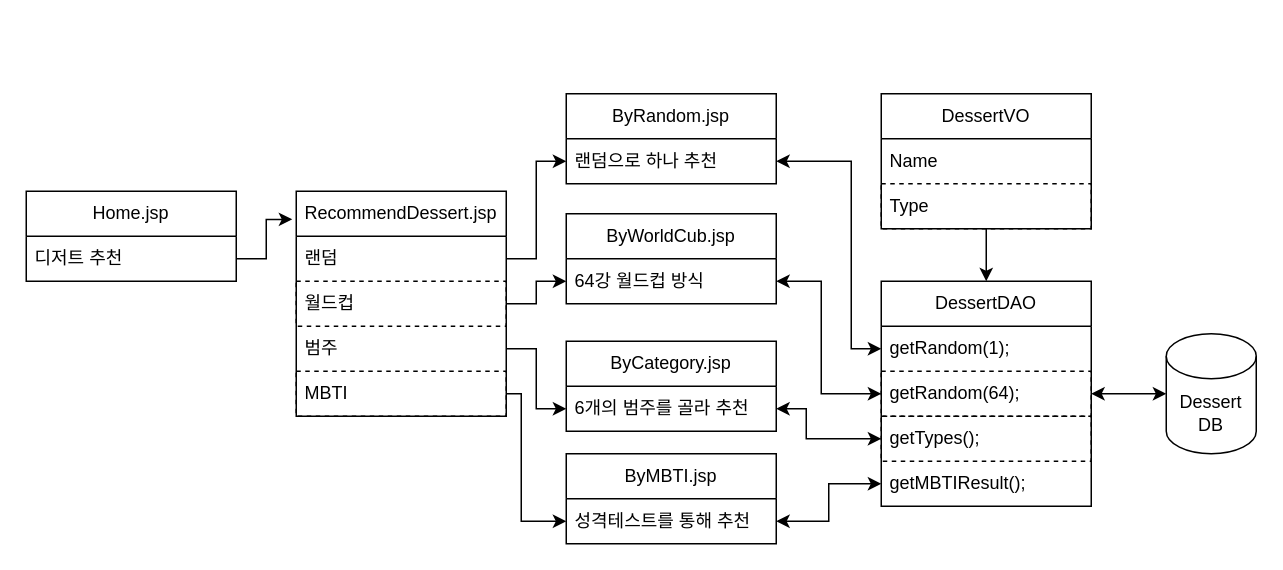
kr1124/DessertHub keeps this draw.io diagram as diagram/RecommendDessert.drawio. Above is the earlier version. Source tidied: cells renumbered, new cells numbered last; positions are measured from the earlier drawing's top-left corner, leaving out a move shared by most shapes. Both pictures are drawn from the tidied source at 150%, with x=0, y=0 at pixel (26, 93).
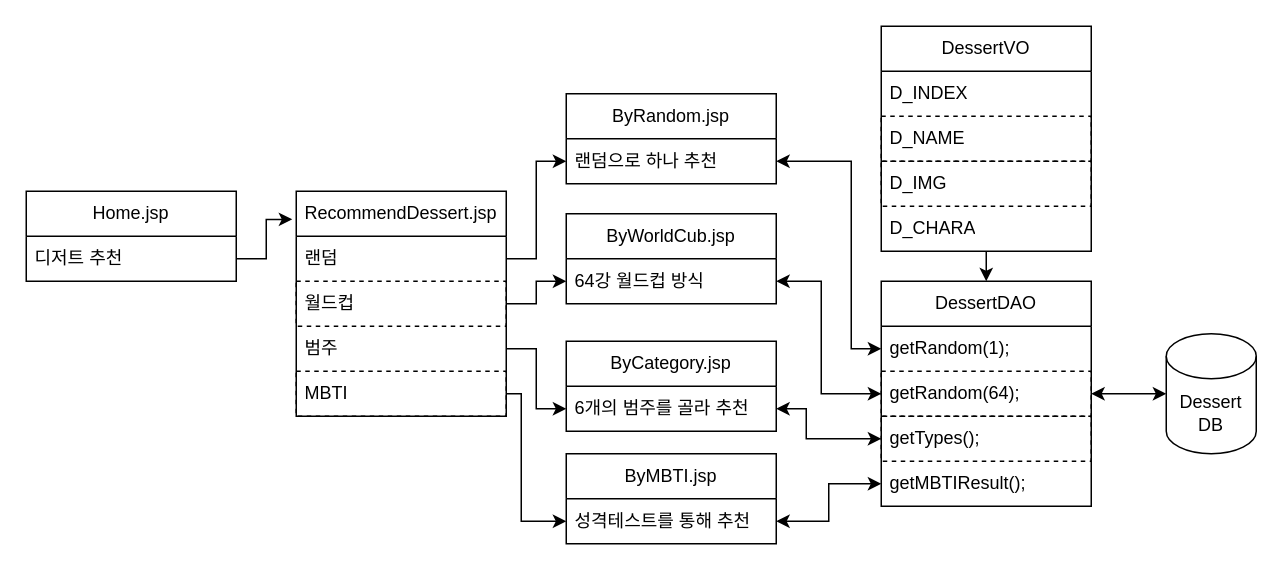
The same diagram, later.

Unchanged cells that the change refers to:
```xml
<mxCell id="17" value="DessertDAO" style="swimlane;fontStyle=0;horizontal=1;startSize=30;whiteSpace=wrap;html=1;" parent="1" vertex="1">
  <mxGeometry x="570" y="125" width="140" height="150" as="geometry" />
</mxCell>
```

The edit, as a diff of the source:
```diff
@@
-    <mxCell id="12" style="edgeStyle=orthogonalEdgeStyle;rounded=0;jettySize=auto;html=1;entryX=0.5;entryY=0;entryDx=0;entryDy=0;" parent="1" edge="1" source="13" target="17">
+    <mxCell id="12" style="edgeStyle=none;html=1;" parent="1" edge="1" source="13" target="17">
       <mxGeometry relative="1" as="geometry" />
     </mxCell>
     <mxCell id="13" value="DessertVO" style="swimlane;fontStyle=0;horizontal=1;startSize=30;whiteSpace=wrap;html=1;" parent="1" vertex="1">
-      <mxGeometry x="570" width="140" height="90" as="geometry" />
+      <mxGeometry x="570" y="-45" width="140" height="150" as="geometry" />
     </mxCell>
-    <mxCell id="14" value="Name" style="text;strokeColor=none;fillColor=none;align=left;verticalAlign=middle;spacingLeft=4;spacingRight=4;overflow=hidden;whiteSpace=wrap;html=1;" parent="13" vertex="1">
+    <mxCell id="14" value="D_INDEX" style="text;strokeColor=none;fillColor=none;align=left;verticalAlign=middle;spacingLeft=4;spacingRight=4;overflow=hidden;whiteSpace=wrap;html=1;" parent="13" vertex="1">
       <mxGeometry y="30" width="140" height="30" as="geometry" />
     </mxCell>
-    <mxCell id="15" value="Type" style="text;strokeColor=default;fillColor=none;align=left;verticalAlign=middle;spacingLeft=4;spacingRight=4;overflow=hidden;whiteSpace=wrap;html=1;dashed=1;" parent="13" vertex="1">
+    <mxCell id="15" value="D_NAME" style="text;strokeColor=default;fillColor=none;align=left;verticalAlign=middle;spacingLeft=4;spacingRight=4;overflow=hidden;whiteSpace=wrap;html=1;dashed=1;" parent="13" vertex="1">
       <mxGeometry y="60" width="140" height="30" as="geometry" />
     </mxCell>
+    <mxCell id="37" value="D_IMG" style="text;strokeColor=default;fillColor=none;align=left;verticalAlign=middle;spacingLeft=4;spacingRight=4;overflow=hidden;whiteSpace=wrap;html=1;dashed=1;" parent="13" vertex="1">
+      <mxGeometry y="90" width="140" height="30" as="geometry" />
+    </mxCell>
+    <mxCell id="38" value="D_CHARA" style="text;strokeColor=none;fillColor=none;align=left;verticalAlign=middle;spacingLeft=4;spacingRight=4;overflow=hidden;whiteSpace=wrap;html=1;" parent="13" vertex="1">
+      <mxGeometry y="120" width="140" height="30" as="geometry" />
+    </mxCell>
```
